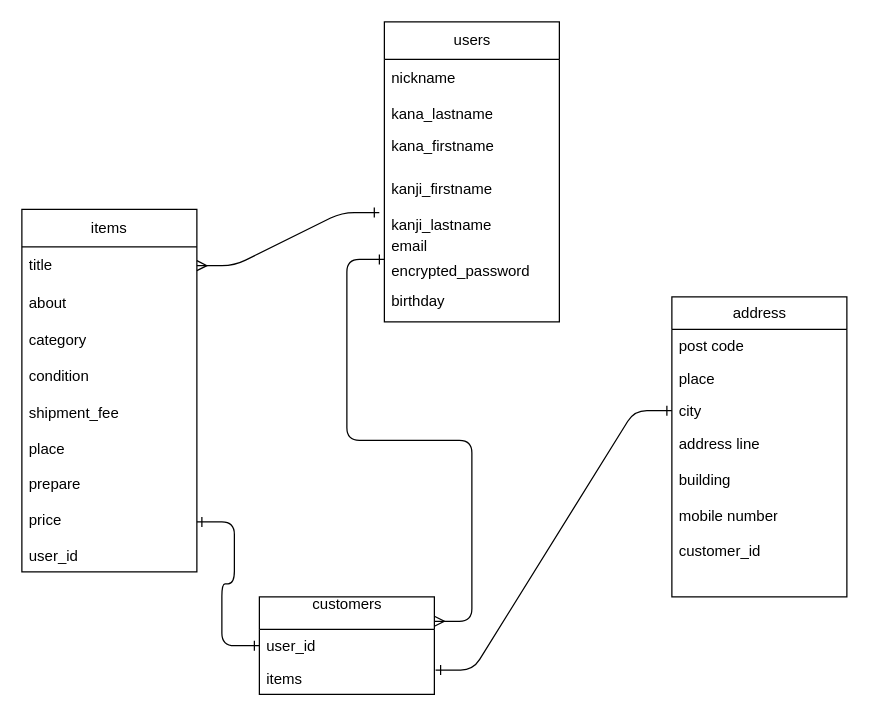
Earlier version of the draw.io diagram app/views/test.dio (asahiruyoru24h/furima-39093). Source tidied: cells renumbered, new cells numbered last; positions are measured from the earlier drawing's top-left corner, leaving out a move shared by most shapes. Both pictures are drawn from the tidied source at 125%, with x=0, y=0 at pixel (21, 21).
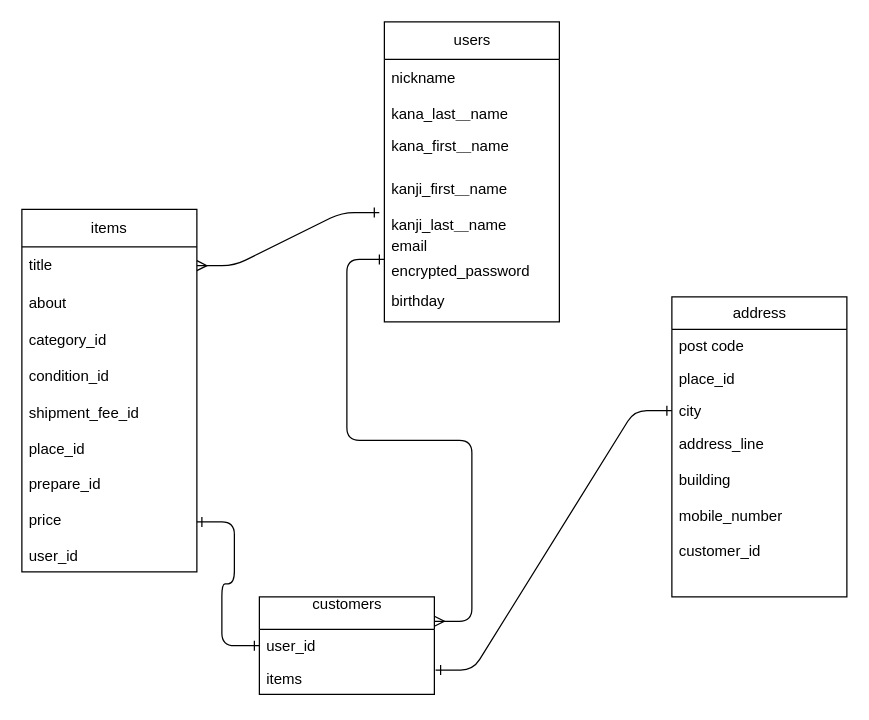
The same page after the edit.

The change refers to these unchanged cells:
```xml
<mxCell id="2" value="items" style="swimlane;fontStyle=0;horizontal=1;startSize=30;whiteSpace=wrap;html=1;" parent="1" vertex="1">
  <mxGeometry y="150" width="140" height="290" as="geometry" />
</mxCell>
<mxCell id="7" value="users" style="swimlane;fontStyle=0;horizontal=1;startSize=30;html=1;spacing=2;" parent="1" vertex="1">
  <mxGeometry x="290" width="140" height="240" as="geometry" />
</mxCell>
<mxCell id="18" value="address" style="swimlane;fontStyle=0;horizontal=1;startSize=26;fillColor=none;html=1;" parent="1" vertex="1">
  <mxGeometry x="520" y="220" width="140" height="240" as="geometry" />
</mxCell>
```

Diff of the diagram source:
```diff
@@
-    <mxCell id="5" value="category" style="text;strokeColor=none;fillColor=none;align=left;verticalAlign=middle;spacingLeft=4;spacingRight=4;overflow=hidden;whiteSpace=wrap;html=1;" parent="2" vertex="1">
+    <mxCell id="5" value="category_id" style="text;strokeColor=none;fillColor=none;align=left;verticalAlign=middle;spacingLeft=4;spacingRight=4;overflow=hidden;whiteSpace=wrap;html=1;" parent="2" vertex="1">
       <mxGeometry y="90" width="140" height="30" as="geometry" />
     </mxCell>
-    <mxCell id="6" value="condition&lt;br&gt;&lt;br&gt;shipment_fee&lt;br&gt;&lt;br&gt;place&lt;br&gt;&lt;br&gt;prepare&lt;br&gt;&lt;br&gt;price&lt;br&gt;&lt;br&gt;user_id&lt;br&gt;&lt;br&gt;" style="text;strokeColor=none;fillColor=none;align=left;verticalAlign=top;spacingLeft=4;spacingRight=4;overflow=hidden;whiteSpace=wrap;html=1;" parent="2" vertex="1">
+    <mxCell id="6" value="condition_id&lt;br&gt;&lt;br&gt;shipment_fee_id&lt;br&gt;&lt;br&gt;place_id&lt;br&gt;&lt;br&gt;prepare_id&lt;br&gt;&lt;br&gt;price&lt;br&gt;&lt;br&gt;user_id&lt;br&gt;" style="text;strokeColor=none;fillColor=none;align=left;verticalAlign=top;spacingLeft=4;spacingRight=4;overflow=hidden;whiteSpace=wrap;html=1;" parent="2" vertex="1">
       <mxGeometry y="120" width="140" height="170" as="geometry" />
     </mxCell>
@@
-    <mxCell id="9" value="kana_lastname&lt;br&gt;" style="text;strokeColor=none;fillColor=none;align=left;verticalAlign=top;spacingLeft=4;spacingRight=4;overflow=hidden;whiteSpace=wrap;html=1;" parent="7" vertex="1">
+    <mxCell id="9" value="kana_last＿name" style="text;strokeColor=none;fillColor=none;align=left;verticalAlign=top;spacingLeft=4;spacingRight=4;overflow=hidden;whiteSpace=wrap;html=1;" parent="7" vertex="1">
       <mxGeometry y="60" width="140" height="26" as="geometry" />
     </mxCell>
-    <mxCell id="10" value="kana_firstname&lt;br&gt;" style="text;strokeColor=none;fillColor=none;align=left;verticalAlign=top;spacingLeft=4;spacingRight=4;overflow=hidden;whiteSpace=wrap;html=1;" parent="7" vertex="1">
+    <mxCell id="10" value="kana_first＿name" style="text;strokeColor=none;fillColor=none;align=left;verticalAlign=top;spacingLeft=4;spacingRight=4;overflow=hidden;whiteSpace=wrap;html=1;" parent="7" vertex="1">
       <mxGeometry y="86" width="140" height="34" as="geometry" />
     </mxCell>
-    <mxCell id="11" value="kanji_firstname&lt;br&gt;&lt;br&gt;kanji_lastname&lt;br&gt;" style="text;strokeColor=none;fillColor=none;align=left;verticalAlign=top;spacingLeft=4;spacingRight=4;overflow=hidden;points=[[0,0.5],[1,0.5]];portConstraint=eastwest;whiteSpace=wrap;html=1;" parent="7" vertex="1">
+    <mxCell id="11" value="kanji_first＿name&lt;br&gt;&lt;br&gt;kanji_last＿name" style="text;strokeColor=none;fillColor=none;align=left;verticalAlign=top;spacingLeft=4;spacingRight=4;overflow=hidden;points=[[0,0.5],[1,0.5]];portConstraint=eastwest;whiteSpace=wrap;html=1;" parent="7" vertex="1">
       <mxGeometry y="120" width="140" height="50" as="geometry" />
     </mxCell>
@@
-    <mxCell id="20" value="place" style="text;strokeColor=none;fillColor=none;align=left;verticalAlign=top;spacingLeft=4;spacingRight=4;overflow=hidden;whiteSpace=wrap;html=1;" parent="18" vertex="1">
+    <mxCell id="20" value="place_id" style="text;strokeColor=none;fillColor=none;align=left;verticalAlign=top;spacingLeft=4;spacingRight=4;overflow=hidden;whiteSpace=wrap;html=1;" parent="18" vertex="1">
       <mxGeometry y="52" width="140" height="26" as="geometry" />
     </mxCell>
@@
-    <mxCell id="22" value="address line&lt;br&gt;&lt;br&gt;building&lt;br&gt;&lt;br&gt;mobile number&lt;br&gt;&lt;br&gt;customer_id&lt;br&gt;" style="text;strokeColor=none;fillColor=none;align=left;verticalAlign=top;spacingLeft=4;spacingRight=4;overflow=hidden;whiteSpace=wrap;html=1;" parent="18" vertex="1">
+    <mxCell id="22" value="address_line&lt;br&gt;&lt;br&gt;building&lt;br&gt;&lt;br&gt;mobile_number&lt;br&gt;&lt;br&gt;customer_id" style="text;strokeColor=none;fillColor=none;align=left;verticalAlign=top;spacingLeft=4;spacingRight=4;overflow=hidden;whiteSpace=wrap;html=1;" parent="18" vertex="1">
       <mxGeometry y="104" width="140" height="136" as="geometry" />
     </mxCell>
```
